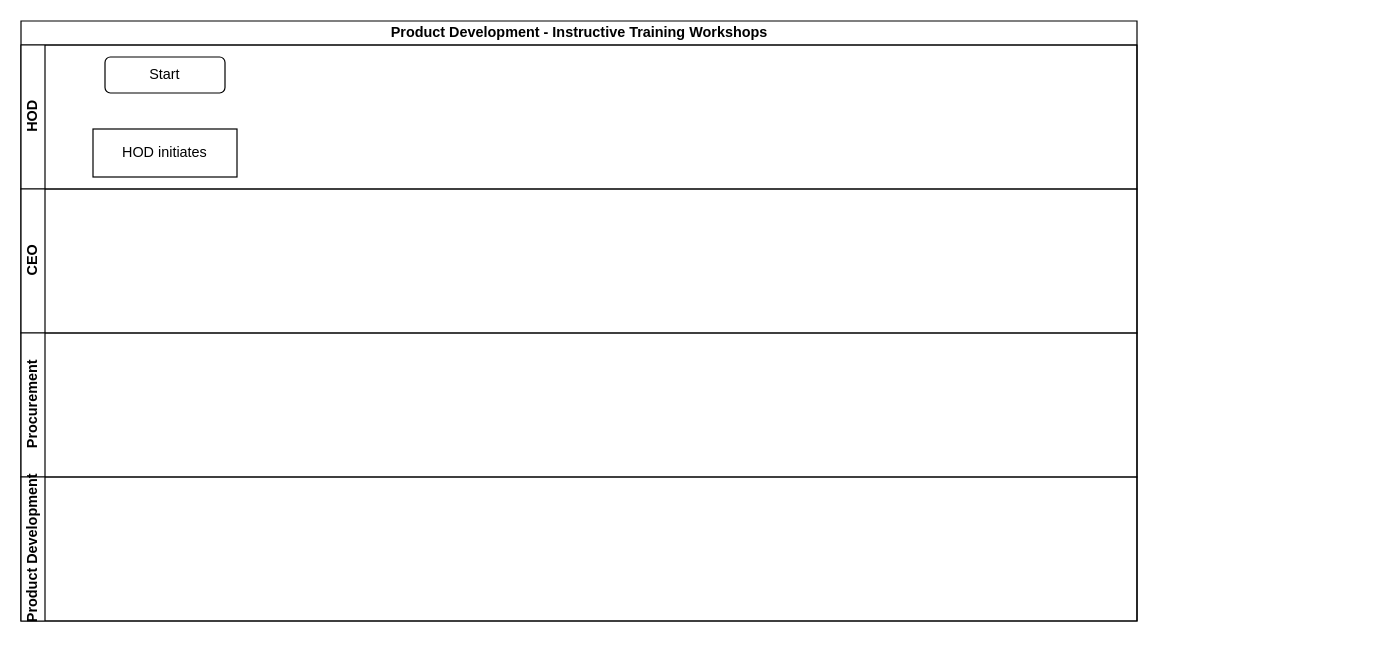
Before: PD - Instructive Training Workshops.drawio in kmagua/flowcharts, a draw.io diagram. Source tidied: cells renumbered, new cells numbered last; positions are measured from the earlier drawing's top-left corner, leaving out a move shared by most shapes. Both pictures are drawn from the tidied source at 120%, with x=0, y=0 at pixel (20, 20).
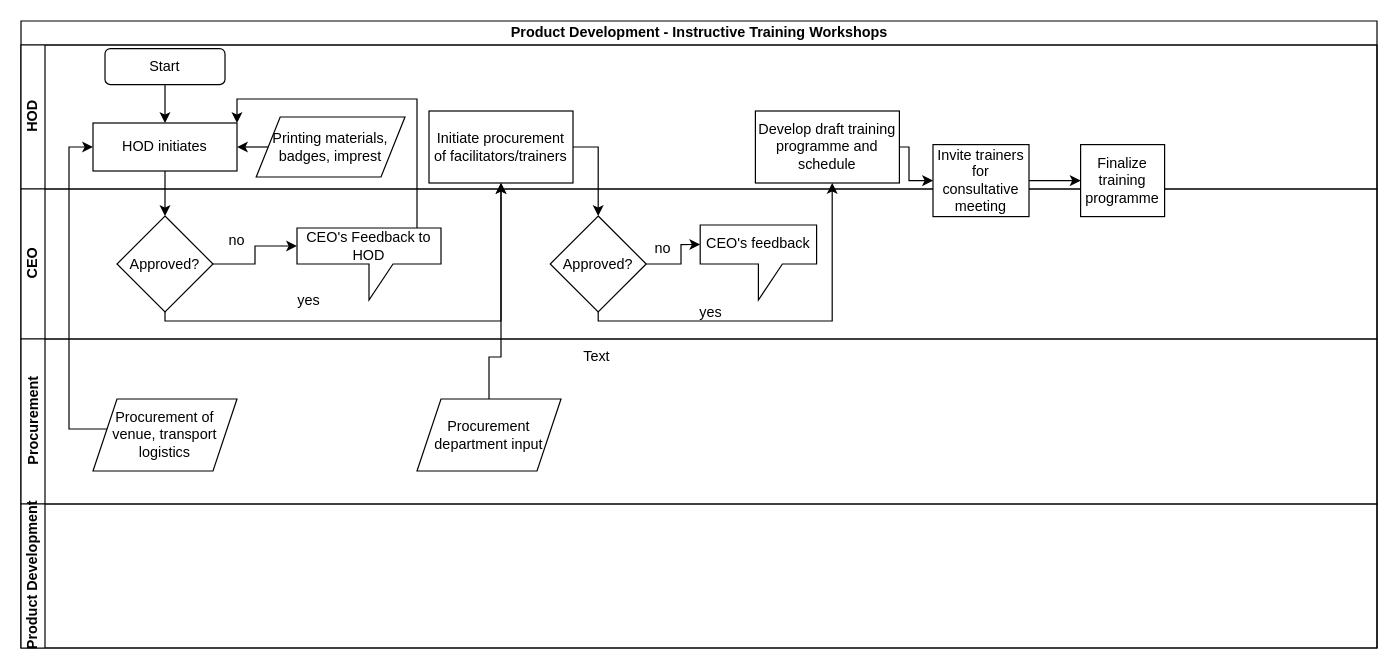
The same diagram, later.

Diff of the diagram source:
```diff
@@
     <mxCell id="2" value="Product Development - Instructive Training Workshops" style="swimlane;html=1;horizontal=1;startSize=20;" parent="1" vertex="1">
-      <mxGeometry width="930" height="500" as="geometry" />
+      <mxGeometry width="1130" height="522.5" as="geometry" />
     </mxCell>
     <mxCell id="3" value="HOD" style="swimlane;html=1;startSize=20;horizontal=0;" parent="2" vertex="1">
-      <mxGeometry y="20" width="930" height="120" as="geometry" />
+      <mxGeometry y="20" width="1130" height="120" as="geometry" />
     </mxCell>
     <mxCell id="4" value="Start" style="rounded=1;whiteSpace=wrap;html=1;" parent="3" vertex="1">
-      <mxGeometry x="70" y="10" width="100" height="30" as="geometry" />
+      <mxGeometry x="70" y="3" width="100" height="30" as="geometry" />
     </mxCell>
+    <mxCell id="9" value="Develop draft training programme and schedule" style="whiteSpace=wrap;html=1;rounded=0;" parent="3" vertex="1">
+      <mxGeometry x="612" y="55" width="120" height="60" as="geometry" />
+    </mxCell>
+    <mxCell id="10" value="Initiate procurement of facilitators/trainers" style="whiteSpace=wrap;html=1;rounded=0;" parent="3" vertex="1">
+      <mxGeometry x="340" y="55" width="120" height="60" as="geometry" />
+    </mxCell>
     <mxCell id="5" value="HOD initiates" style="rounded=0;whiteSpace=wrap;html=1;" parent="3" vertex="1">
-      <mxGeometry x="60" y="70" width="120" height="40" as="geometry" />
+      <mxGeometry x="60" y="65" width="120" height="40" as="geometry" />
     </mxCell>
+    <mxCell id="11" style="edgeStyle=orthogonalEdgeStyle;rounded=0;jettySize=auto;html=1;entryX=0.5;entryY=0;entryDx=0;entryDy=0;" parent="3" edge="1" source="4" target="5">
+      <mxGeometry relative="1" as="geometry" />
+    </mxCell>
     <mxCell id="6" value="CEO" style="swimlane;html=1;startSize=20;horizontal=0;" parent="2" vertex="1">
-      <mxGeometry y="140" width="930" height="120" as="geometry" />
+      <mxGeometry y="140" width="1130" height="125" as="geometry" />
     </mxCell>
+    <mxCell id="12" value="no" style="text;html=1;strokeColor=none;fillColor=none;align=center;verticalAlign=middle;whiteSpace=wrap;rounded=0;" parent="6" vertex="1">
+      <mxGeometry x="515" y="40" width="40" height="20" as="geometry" />
+    </mxCell>
+    <mxCell id="13" value="CEO's feedback" style="shape=callout;whiteSpace=wrap;html=1;perimeter=calloutPerimeter;" parent="6" vertex="1">
+      <mxGeometry x="566" y="30" width="97" height="62.5" as="geometry" />
+    </mxCell>
+    <mxCell id="14" value="no" style="text;html=1;strokeColor=none;fillColor=none;align=center;verticalAlign=middle;whiteSpace=wrap;rounded=0;" parent="6" vertex="1">
+      <mxGeometry x="160" y="32.5" width="40" height="20" as="geometry" />
+    </mxCell>
+    <mxCell id="15" value="Approved?" style="rhombus;whiteSpace=wrap;html=1;rounded=0;" parent="6" vertex="1">
+      <mxGeometry x="441" y="22.5" width="80" height="80" as="geometry" />
+    </mxCell>
+    <mxCell id="16" value="CEO's Feedback to HOD" style="shape=callout;whiteSpace=wrap;html=1;perimeter=calloutPerimeter;" parent="6" vertex="1">
+      <mxGeometry x="230" y="32.5" width="120" height="60" as="geometry" />
+    </mxCell>
+    <mxCell id="17" value="Approved?" style="rhombus;whiteSpace=wrap;html=1;rounded=0;" parent="6" vertex="1">
+      <mxGeometry x="80" y="22.5" width="80" height="80" as="geometry" />
+    </mxCell>
+    <mxCell id="18" style="edgeStyle=orthogonalEdgeStyle;rounded=0;jettySize=auto;html=1;entryX=0;entryY=0;entryDx=0;entryDy=15;entryPerimeter=0;" parent="6" edge="1" source="17" target="16">
+      <mxGeometry relative="1" as="geometry" />
+    </mxCell>
+    <mxCell id="19" value="yes" style="text;html=1;strokeColor=none;fillColor=none;align=center;verticalAlign=middle;whiteSpace=wrap;rounded=0;" parent="6" vertex="1">
+      <mxGeometry x="220" y="82.5" width="40" height="20" as="geometry" />
+    </mxCell>
+    <mxCell id="20" value="yes" style="text;html=1;strokeColor=none;fillColor=none;align=center;verticalAlign=middle;whiteSpace=wrap;rounded=0;" parent="6" vertex="1">
+      <mxGeometry x="555" y="92.5" width="40" height="20" as="geometry" />
+    </mxCell>
+    <mxCell id="21" style="edgeStyle=orthogonalEdgeStyle;rounded=0;jettySize=auto;html=1;exitX=1;exitY=0.5;exitDx=0;exitDy=0;entryX=0;entryY=0;entryDx=0;entryDy=16.25;entryPerimeter=0;" parent="6" edge="1" source="15" target="13">
+      <mxGeometry relative="1" as="geometry">
+        <Array as="points">
+          <mxPoint x="550" y="63" />
+          <mxPoint x="550" y="46" />
+        </Array>
+      </mxGeometry>
+    </mxCell>
     <mxCell id="7" value="Procurement" style="swimlane;html=1;startSize=20;horizontal=0;" parent="2" vertex="1">
-      <mxGeometry y="260" width="930" height="120" as="geometry" />
+      <mxGeometry y="265" width="1130" height="137.5" as="geometry" />
     </mxCell>
+    <mxCell id="22" value="Procurement of venue, transport logistics" style="shape=parallelogram;perimeter=parallelogramPerimeter;whiteSpace=wrap;html=1;fixedSize=1;rounded=0;" parent="7" vertex="1">
+      <mxGeometry x="60" y="50" width="120" height="60" as="geometry" />
+    </mxCell>
+    <mxCell id="23" value="Procurement department input" style="shape=parallelogram;perimeter=parallelogramPerimeter;whiteSpace=wrap;html=1;fixedSize=1;" parent="7" vertex="1">
+      <mxGeometry x="330" y="50" width="120" height="60" as="geometry" />
+    </mxCell>
     <mxCell id="8" value="Product Development" style="swimlane;html=1;startSize=20;horizontal=0;" parent="2" vertex="1">
-      <mxGeometry y="380" width="930" height="120" as="geometry" />
+      <mxGeometry y="402.5" width="1130" height="120" as="geometry" />
     </mxCell>
+    <mxCell id="24" style="edgeStyle=orthogonalEdgeStyle;rounded=0;jettySize=auto;html=1;entryX=0;entryY=0.5;entryDx=0;entryDy=0;" parent="2" edge="1" source="22" target="5">
+      <mxGeometry relative="1" as="geometry">
+        <Array as="points">
+          <mxPoint x="40" y="340" />
+          <mxPoint x="40" y="105" />
+        </Array>
+      </mxGeometry>
+    </mxCell>
+    <mxCell id="25" style="edgeStyle=orthogonalEdgeStyle;rounded=0;jettySize=auto;html=1;" parent="2" edge="1" source="5" target="17">
+      <mxGeometry relative="1" as="geometry" />
+    </mxCell>
+    <mxCell id="26" style="edgeStyle=orthogonalEdgeStyle;rounded=0;jettySize=auto;html=1;" parent="2" edge="1" source="17" target="10">
+      <mxGeometry relative="1" as="geometry">
+        <Array as="points">
+          <mxPoint x="120" y="250" />
+          <mxPoint x="400" y="250" />
+        </Array>
+      </mxGeometry>
+    </mxCell>
+    <mxCell id="27" style="edgeStyle=orthogonalEdgeStyle;rounded=0;jettySize=auto;html=1;entryX=1;entryY=0;entryDx=0;entryDy=0;" parent="2" edge="1" source="16" target="5">
+      <mxGeometry relative="1" as="geometry">
+        <Array as="points">
+          <mxPoint x="330" y="65" />
+          <mxPoint x="180" y="65" />
+        </Array>
+      </mxGeometry>
+    </mxCell>
+    <mxCell id="28" style="edgeStyle=orthogonalEdgeStyle;rounded=0;jettySize=auto;html=1;entryX=0.5;entryY=1;entryDx=0;entryDy=0;" parent="2" edge="1" source="23" target="10">
+      <mxGeometry relative="1" as="geometry">
+        <Array as="points">
+          <mxPoint x="390" y="280" />
+          <mxPoint x="400" y="280" />
+        </Array>
+      </mxGeometry>
+    </mxCell>
+    <mxCell id="29" style="edgeStyle=orthogonalEdgeStyle;rounded=0;jettySize=auto;html=1;exitX=1;exitY=0.5;exitDx=0;exitDy=0;" parent="2" edge="1" source="10" target="15">
+      <mxGeometry relative="1" as="geometry" />
+    </mxCell>
+    <mxCell id="30" style="edgeStyle=orthogonalEdgeStyle;rounded=0;jettySize=auto;html=1;exitX=0.5;exitY=1;exitDx=0;exitDy=0;" parent="2" edge="1" source="15">
+      <mxGeometry relative="1" as="geometry">
+        <mxPoint x="676" y="135" as="targetPoint" />
+        <Array as="points">
+          <mxPoint x="481" y="250" />
+          <mxPoint x="676" y="250" />
+        </Array>
+      </mxGeometry>
+    </mxCell>
+    <mxCell id="31" value="Printing materials, badges, imprest" style="shape=parallelogram;perimeter=parallelogramPerimeter;whiteSpace=wrap;html=1;fixedSize=1;rounded=0;" parent="1" vertex="1">
+      <mxGeometry x="196" y="80" width="124" height="50" as="geometry" />
+    </mxCell>
+    <mxCell id="32" style="edgeStyle=orthogonalEdgeStyle;rounded=0;jettySize=auto;html=1;entryX=1;entryY=0.5;entryDx=0;entryDy=0;exitX=0;exitY=0.5;exitDx=0;exitDy=0;" parent="1" edge="1" source="31" target="5">
+      <mxGeometry relative="1" as="geometry" />
+    </mxCell>
+    <mxCell id="33" value="Text" style="text;html=1;strokeColor=none;fillColor=none;align=center;verticalAlign=middle;whiteSpace=wrap;rounded=0;" parent="1" vertex="1">
+      <mxGeometry x="460" y="270" width="40" height="20" as="geometry" />
+    </mxCell>
+    <mxCell id="34" style="edgeStyle=orthogonalEdgeStyle;rounded=0;jettySize=auto;html=1;" parent="1" edge="1" source="35" target="37">
+      <mxGeometry relative="1" as="geometry" />
+    </mxCell>
+    <mxCell id="35" value="Invite trainers for consultative meeting" style="whiteSpace=wrap;html=1;rounded=0;" parent="1" vertex="1">
+      <mxGeometry x="760" y="103" width="80" height="60" as="geometry" />
+    </mxCell>
+    <mxCell id="36" style="edgeStyle=orthogonalEdgeStyle;rounded=0;jettySize=auto;html=1;exitX=1;exitY=0.5;exitDx=0;exitDy=0;" parent="1" edge="1" source="9" target="35">
+      <mxGeometry relative="1" as="geometry">
+        <Array as="points">
+          <mxPoint x="740" y="105" />
+          <mxPoint x="740" y="133" />
+        </Array>
+      </mxGeometry>
+    </mxCell>
+    <mxCell id="37" value="Finalize training programme" style="whiteSpace=wrap;html=1;rounded=0;" parent="1" vertex="1">
+      <mxGeometry x="883" y="103" width="70" height="60" as="geometry" />
+    </mxCell>
```
